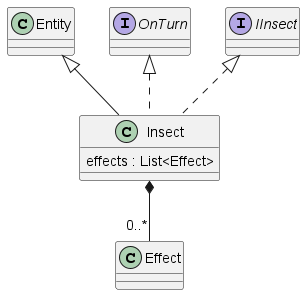
Earlier version of the PlantUML export out/4/classes/insect/insect.png (Petya-G/fungorium). The source it was exported from:
```plantuml
@startuml insect

Insect *-- "0..*" Effect
class Insect extends Entity implements OnTurn, IInsect{
    effects : List<Effect>
}

@enduml
```
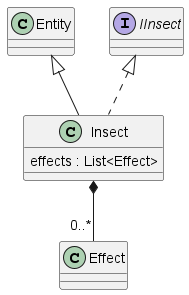
The same diagram one commit later.

Change to the diagram source:
```diff
@@ -1,7 +1,7 @@
 @startuml insect
 
 Insect *-- "0..*" Effect
-class Insect extends Entity implements OnTurn, IInsect{
+class Insect extends Entity implements IInsect{
     effects : List<Effect>
 }
 
```
